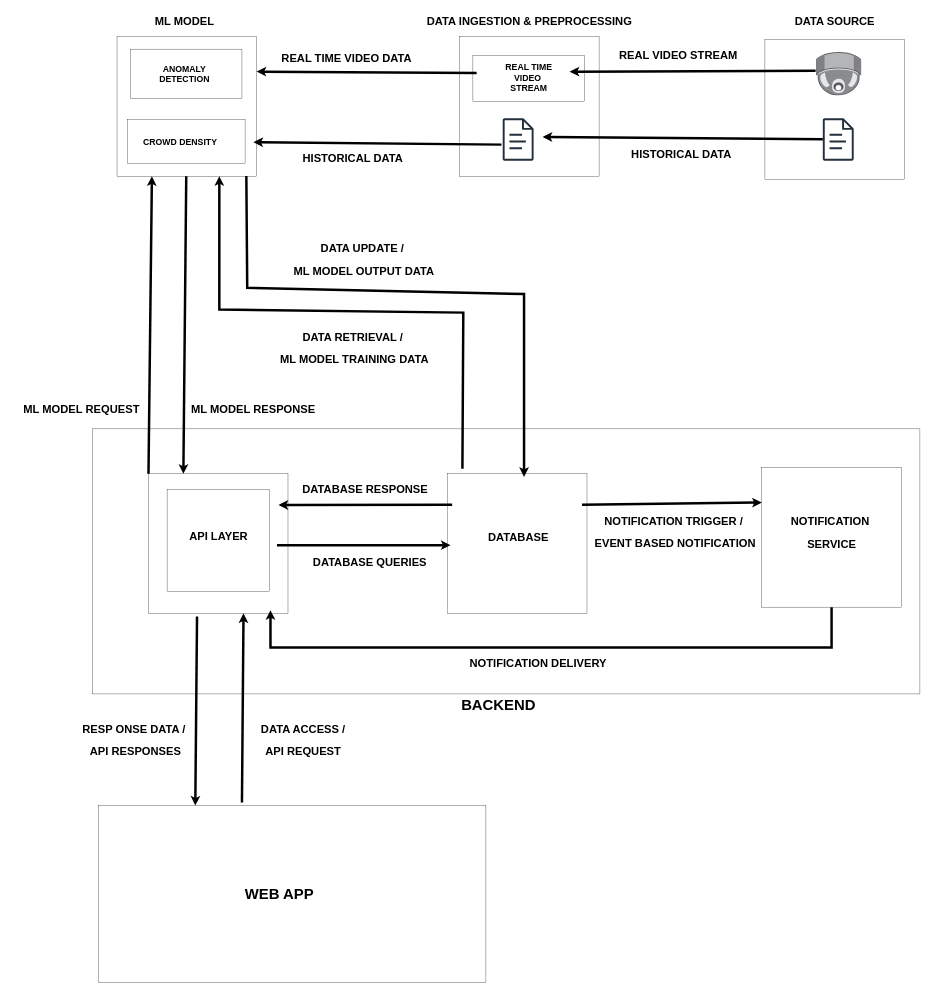
Above: Untitled Diagram.drawio in akhil888binoy/60DaysOfDevOps (draw.io), before the change. Source tidied: cells renumbered, new cells numbered last; positions are measured from the earlier drawing's top-left corner, leaving out a move shared by most shapes. Both pictures are drawn from the tidied source at 31%, with x=0, y=0 at pixel (5, 15).
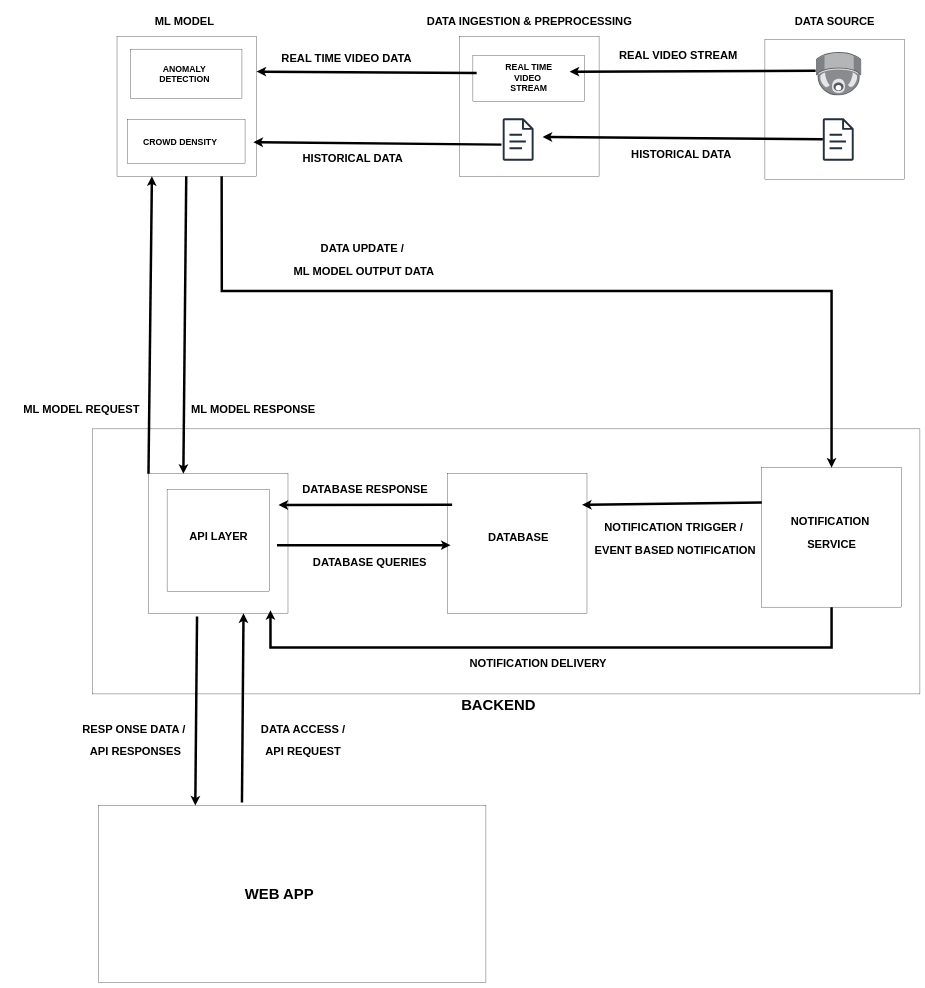
The same diagram, later.

The change refers to these unchanged cells:
```xml
<mxCell id="14" style="whiteSpace=wrap;html=1;" parent="1" vertex="1">
  <mxGeometry x="360" y="70" width="450" height="450" as="geometry" />
</mxCell>
<mxCell id="24" style="whiteSpace=wrap;html=1;" parent="1" vertex="1">
  <mxGeometry x="1426" y="1480" width="450" height="450" as="geometry" />
</mxCell>
<mxCell id="27" style="whiteSpace=wrap;html=1;" parent="1" vertex="1">
  <mxGeometry x="2440" y="1460" width="450" height="450" as="geometry" />
</mxCell>
```

What changed in the source:
```diff
@@
-    <mxCell id="28" style="endArrow=classic;html=1;rounded=0;fontSize=34;strokeWidth=8;entryX=0;entryY=0.25;entryDx=0;entryDy=0;" parent="1" edge="1" target="27">
+    <mxCell id="28" style="endArrow=classic;html=1;rounded=0;fontSize=34;strokeWidth=8;entryX=0;entryY=0.25;entryDx=0;entryDy=0;exitX=0;exitY=0.25;exitDx=0;exitDy=0;" parent="1" edge="1" source="27">
       <mxGeometry relative="1" as="geometry">
-        <mxPoint x="1860" y="1580" as="sourcePoint" />
+        <mxPoint x="1860" y="1580" as="targetPoint" />
       </mxGeometry>
     </mxCell>
@@
-    <mxCell id="31" style="endArrow=classic;html=1;rounded=0;strokeWidth=8;exitX=0.107;exitY=-0.036;exitDx=0;exitDy=0;exitPerimeter=0;" parent="1" edge="1" source="24">
-      <mxGeometry relative="1" as="geometry">
-        <mxPoint x="690" y="520" as="targetPoint" />
-        <Array as="points">
-          <mxPoint x="1477" y="960" />
-          <mxPoint x="690" y="950" />
-        </Array>
-      </mxGeometry>
-    </mxCell>
-    <mxCell id="32" style="endArrow=classic;html=1;rounded=0;strokeWidth=8;exitX=0.927;exitY=0.999;exitDx=0;exitDy=0;exitPerimeter=0;" parent="1" edge="1" source="14">
+    <mxCell id="32" style="endArrow=classic;html=1;rounded=0;strokeWidth=8;exitX=0.75;exitY=1;exitDx=0;exitDy=0;" parent="1" edge="1" source="14" target="27">
       <mxGeometry relative="1" as="geometry">
-        <mxPoint x="1673" y="1490" as="targetPoint" />
         <Array as="points">
-          <mxPoint x="780" y="880" />
-          <mxPoint x="1673" y="900" />
+          <mxPoint x="698" y="890" />
+          <mxPoint x="2665" y="890" />
         </Array>
       </mxGeometry>
     </mxCell>
@@
-    <mxCell id="42" value="&lt;h2&gt;DATA RETRIEVAL /&lt;/h2&gt;&lt;h2&gt;&amp;nbsp;ML MODEL TRAINING DATA&lt;/h2&gt;" style="text;strokeColor=none;fillColor=none;html=1;fontSize=24;fontStyle=1;verticalAlign=middle;align=center;" parent="1" vertex="1">
-      <mxGeometry x="865" y="990" width="510" height="170" as="geometry" />
-    </mxCell>
@@
     <mxCell id="47" value="&lt;h2&gt;NOTIFICATION TRIGGER /&lt;/h2&gt;&lt;h2&gt;&amp;nbsp;EVENT BASED NOTIFICATION&lt;/h2&gt;" style="text;strokeColor=none;fillColor=none;html=1;fontSize=24;fontStyle=1;verticalAlign=middle;align=center;" parent="1" vertex="1">
-      <mxGeometry x="1830" y="1577.5" width="650" height="180" as="geometry" />
+      <mxGeometry x="1830" y="1600" width="650" height="180" as="geometry" />
     </mxCell>
```
